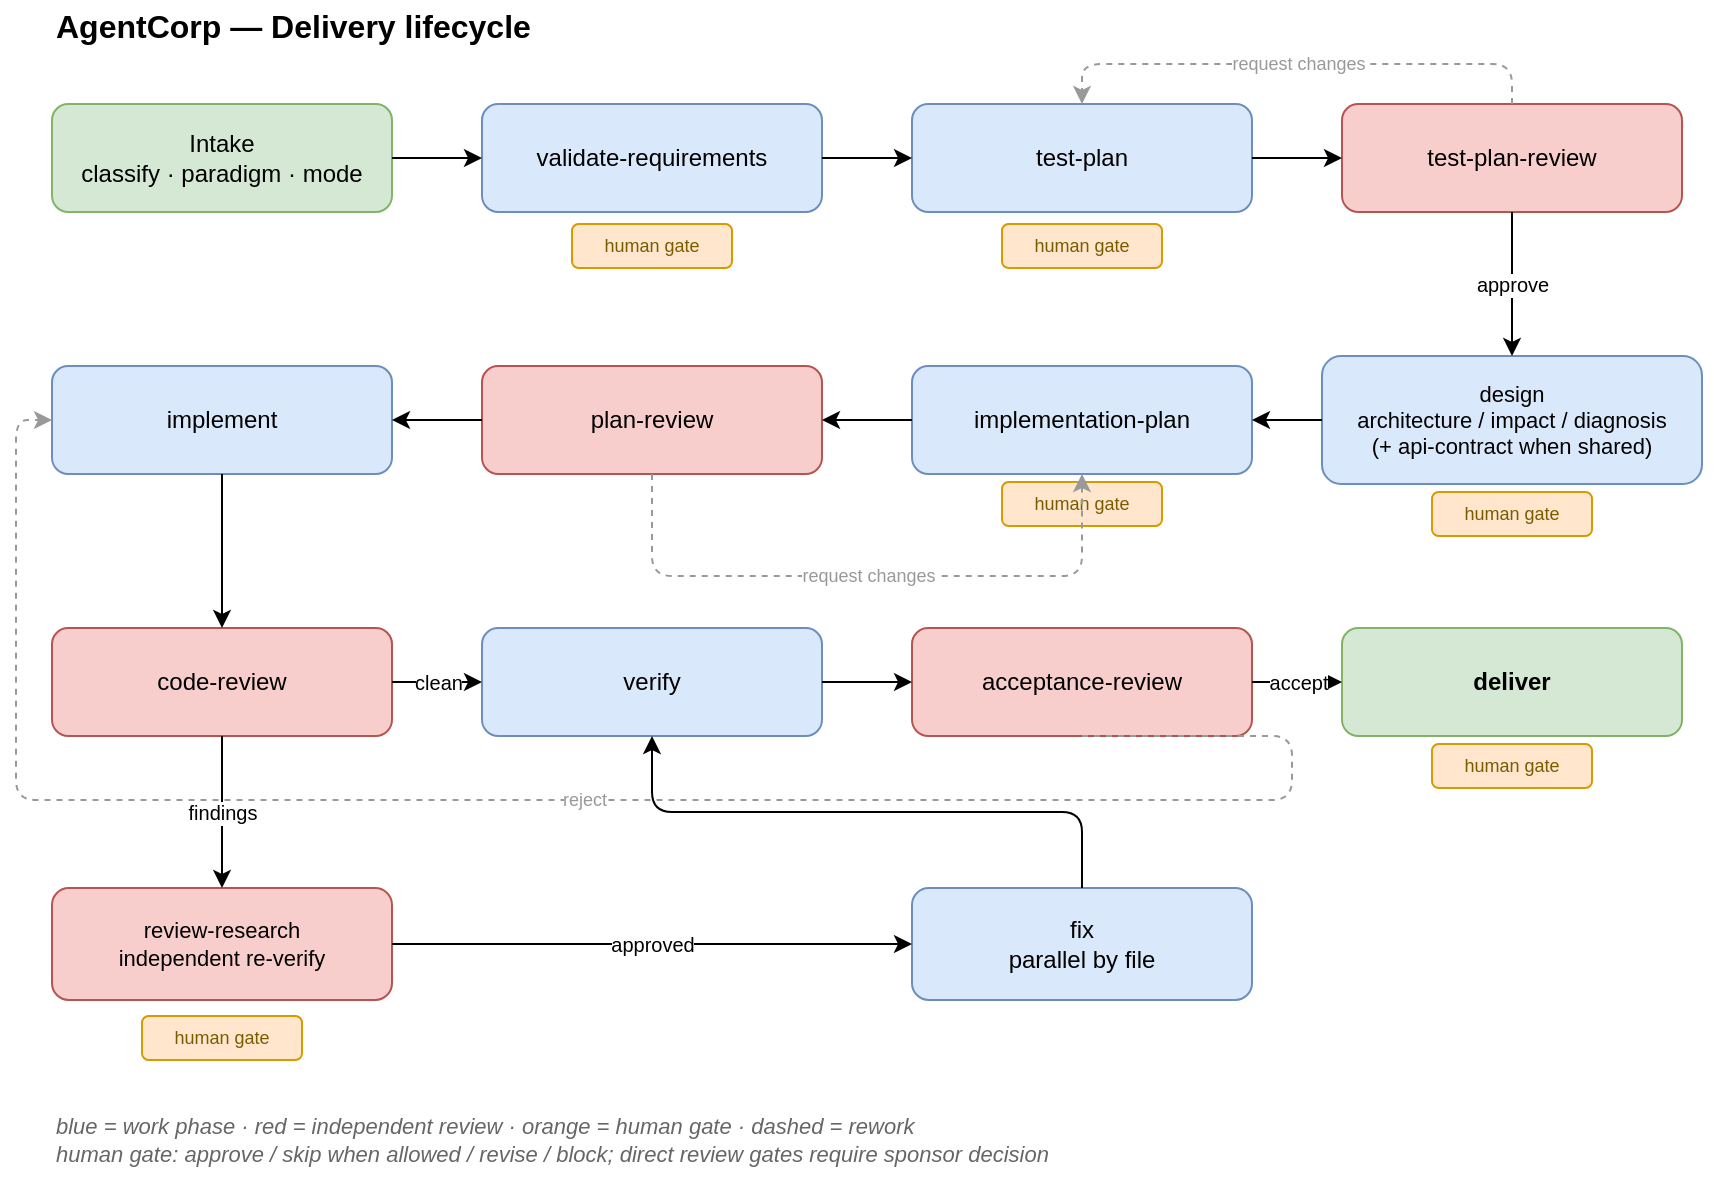
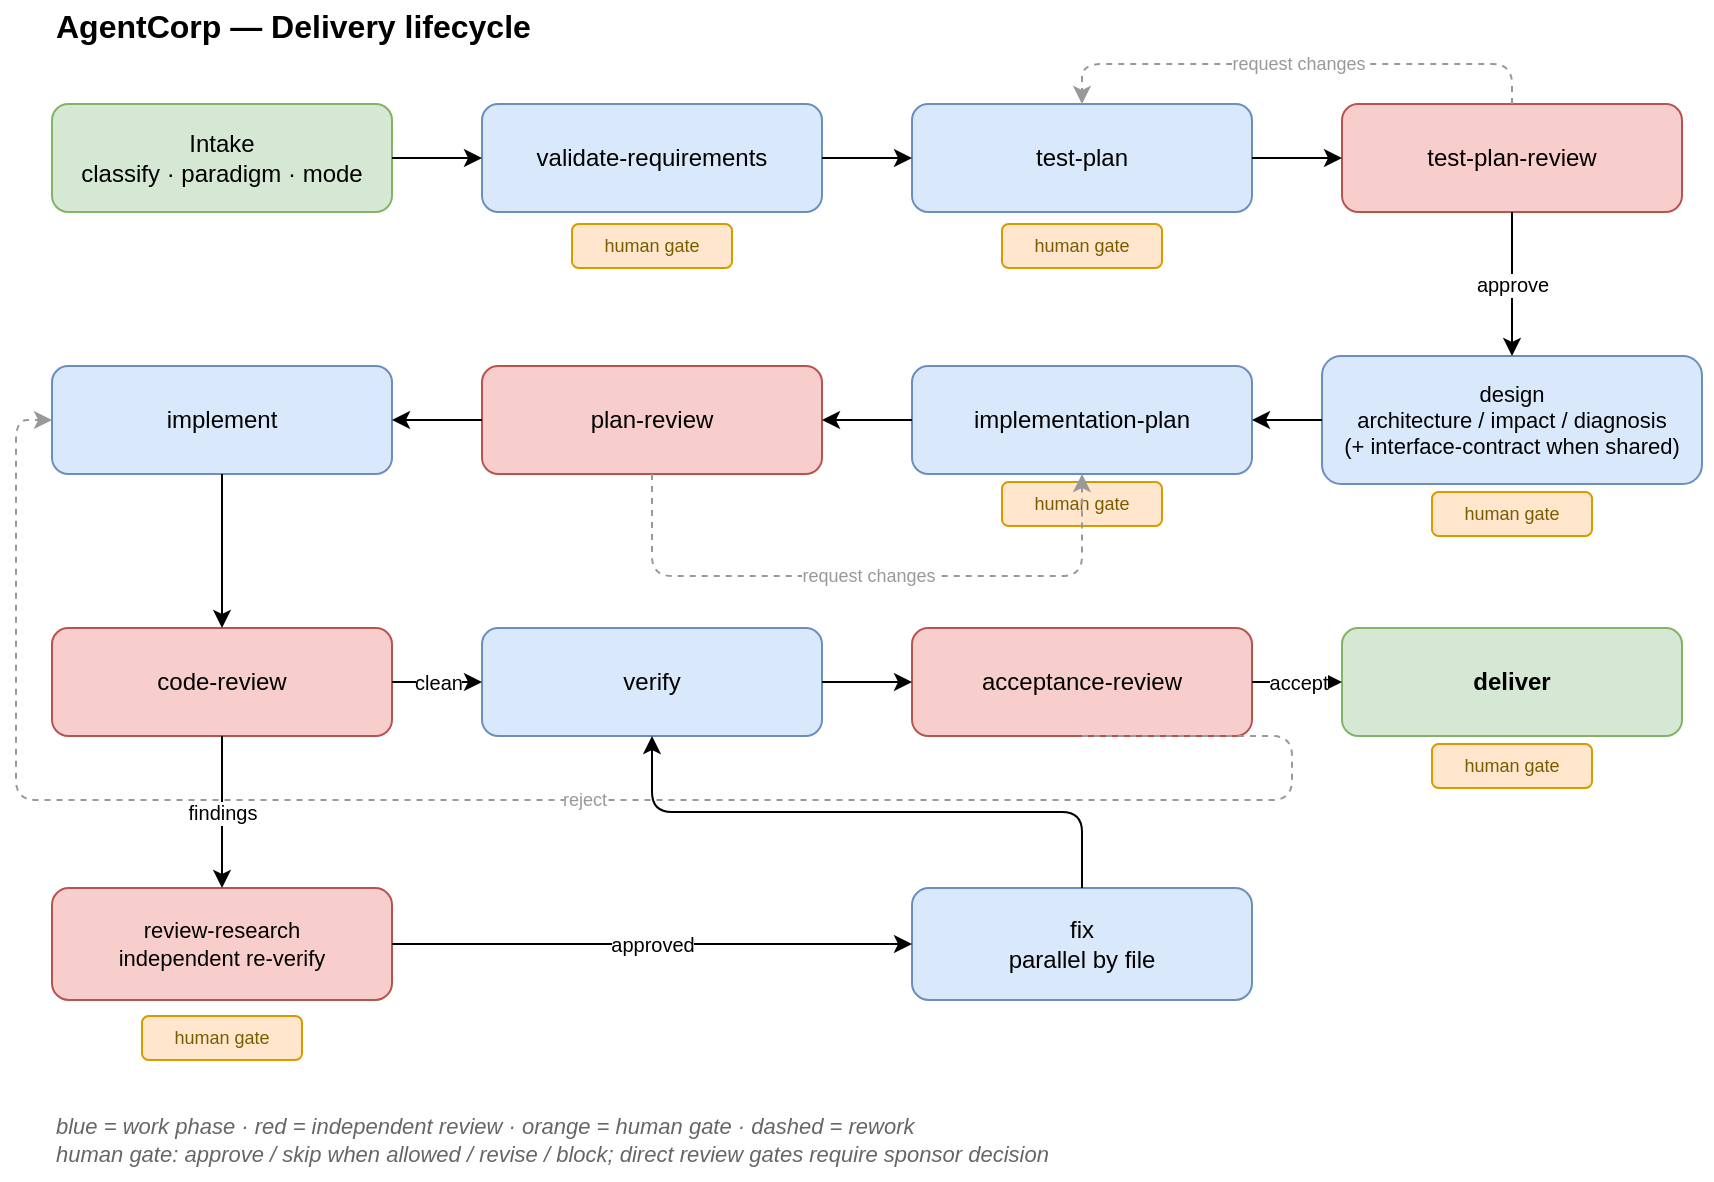
<mxGraphModel dx="900" dy="700" grid="1" gridSize="10" guides="1" tooltips="1" connect="1" arrows="1" fold="1" page="1" pageScale="1" pageWidth="900" pageHeight="610" math="0" shadow="0">
  <root>
    <mxCell id="0"/>
    <mxCell id="1" parent="0"/>
    <mxCell id="title" value="AgentCorp — Delivery lifecycle" style="text;html=1;align=left;verticalAlign=middle;fontSize=16;fontStyle=1;" vertex="1" parent="1"><mxGeometry x="40" y="12" width="500" height="26" as="geometry"/></mxCell>
    <mxCell id="intake" value="Intake&#10;classify · paradigm · mode" style="rounded=1;whiteSpace=wrap;html=1;fillColor=#d5e8d4;strokeColor=#82b366;fontSize=12;" vertex="1" parent="1"><mxGeometry x="40" y="64" width="170" height="54" as="geometry"/></mxCell>
    <mxCell id="req" value="validate-requirements" style="rounded=1;whiteSpace=wrap;html=1;fillColor=#dae8fc;strokeColor=#6c8ebf;fontSize=12;" vertex="1" parent="1"><mxGeometry x="255" y="64" width="170" height="54" as="geometry"/></mxCell>
    <mxCell id="tp" value="test-plan" style="rounded=1;whiteSpace=wrap;html=1;fillColor=#dae8fc;strokeColor=#6c8ebf;fontSize=12;" vertex="1" parent="1"><mxGeometry x="470" y="64" width="170" height="54" as="geometry"/></mxCell>
    <mxCell id="tpr" value="test-plan-review" style="rounded=1;whiteSpace=wrap;html=1;fillColor=#f8cecc;strokeColor=#b85450;fontSize=12;" vertex="1" parent="1"><mxGeometry x="685" y="64" width="170" height="54" as="geometry"/></mxCell>
-     <mxCell id="design" value="design&#10;architecture / impact / diagnosis&#10;(+ api-contract when shared)" style="rounded=1;whiteSpace=wrap;html=1;fillColor=#dae8fc;strokeColor=#6c8ebf;fontSize=11;" vertex="1" parent="1"><mxGeometry x="675" y="190" width="190" height="64" as="geometry"/></mxCell>
+     <mxCell id="design" value="design&#10;architecture / impact / diagnosis&#10;(+ interface-contract when shared)" style="rounded=1;whiteSpace=wrap;html=1;fillColor=#dae8fc;strokeColor=#6c8ebf;fontSize=11;" vertex="1" parent="1"><mxGeometry x="675" y="190" width="190" height="64" as="geometry"/></mxCell>
    <mxCell id="iplan" value="implementation-plan" style="rounded=1;whiteSpace=wrap;html=1;fillColor=#dae8fc;strokeColor=#6c8ebf;fontSize=12;" vertex="1" parent="1"><mxGeometry x="470" y="195" width="170" height="54" as="geometry"/></mxCell>
    <mxCell id="pr" value="plan-review" style="rounded=1;whiteSpace=wrap;html=1;fillColor=#f8cecc;strokeColor=#b85450;fontSize=12;" vertex="1" parent="1"><mxGeometry x="255" y="195" width="170" height="54" as="geometry"/></mxCell>
    <mxCell id="impl" value="implement" style="rounded=1;whiteSpace=wrap;html=1;fillColor=#dae8fc;strokeColor=#6c8ebf;fontSize=12;" vertex="1" parent="1"><mxGeometry x="40" y="195" width="170" height="54" as="geometry"/></mxCell>
    <mxCell id="cr" value="code-review" style="rounded=1;whiteSpace=wrap;html=1;fillColor=#f8cecc;strokeColor=#b85450;fontSize=12;" vertex="1" parent="1"><mxGeometry x="40" y="326" width="170" height="54" as="geometry"/></mxCell>
    <mxCell id="verify" value="verify" style="rounded=1;whiteSpace=wrap;html=1;fillColor=#dae8fc;strokeColor=#6c8ebf;fontSize=12;" vertex="1" parent="1"><mxGeometry x="255" y="326" width="170" height="54" as="geometry"/></mxCell>
    <mxCell id="acc" value="acceptance-review" style="rounded=1;whiteSpace=wrap;html=1;fillColor=#f8cecc;strokeColor=#b85450;fontSize=12;" vertex="1" parent="1"><mxGeometry x="470" y="326" width="170" height="54" as="geometry"/></mxCell>
    <mxCell id="deliver" value="deliver" style="rounded=1;whiteSpace=wrap;html=1;fillColor=#d5e8d4;strokeColor=#82b366;fontSize=12;fontStyle=1;" vertex="1" parent="1"><mxGeometry x="685" y="326" width="170" height="54" as="geometry"/></mxCell>
    <mxCell id="rr" value="review-research&#10;independent re-verify" style="rounded=1;whiteSpace=wrap;html=1;fillColor=#f8cecc;strokeColor=#b85450;fontSize=11;" vertex="1" parent="1"><mxGeometry x="40" y="456" width="170" height="56" as="geometry"/></mxCell>
    <mxCell id="fix" value="fix&#10;parallel by file" style="rounded=1;whiteSpace=wrap;html=1;fillColor=#dae8fc;strokeColor=#6c8ebf;fontSize=12;" vertex="1" parent="1"><mxGeometry x="470" y="456" width="170" height="56" as="geometry"/></mxCell>
    <mxCell id="hgreq" value="human gate" style="rounded=1;whiteSpace=wrap;html=1;fillColor=#ffe6cc;strokeColor=#d79b00;fontSize=9;fontColor=#7a5b00;" vertex="1" parent="1"><mxGeometry x="300" y="124" width="80" height="22" as="geometry"/></mxCell>
    <mxCell id="hgtp" value="human gate" style="rounded=1;whiteSpace=wrap;html=1;fillColor=#ffe6cc;strokeColor=#d79b00;fontSize=9;fontColor=#7a5b00;" vertex="1" parent="1"><mxGeometry x="515" y="124" width="80" height="22" as="geometry"/></mxCell>
    <mxCell id="hgdesign" value="human gate" style="rounded=1;whiteSpace=wrap;html=1;fillColor=#ffe6cc;strokeColor=#d79b00;fontSize=9;fontColor=#7a5b00;" vertex="1" parent="1"><mxGeometry x="730" y="258" width="80" height="22" as="geometry"/></mxCell>
    <mxCell id="hgiplan" value="human gate" style="rounded=1;whiteSpace=wrap;html=1;fillColor=#ffe6cc;strokeColor=#d79b00;fontSize=9;fontColor=#7a5b00;" vertex="1" parent="1"><mxGeometry x="515" y="253" width="80" height="22" as="geometry"/></mxCell>
    <mxCell id="hgdeliver" value="human gate" style="rounded=1;whiteSpace=wrap;html=1;fillColor=#ffe6cc;strokeColor=#d79b00;fontSize=9;fontColor=#7a5b00;" vertex="1" parent="1"><mxGeometry x="730" y="384" width="80" height="22" as="geometry"/></mxCell>
    <mxCell id="hgrr" value="human gate" style="rounded=1;whiteSpace=wrap;html=1;fillColor=#ffe6cc;strokeColor=#d79b00;fontSize=9;fontColor=#7a5b00;" vertex="1" parent="1"><mxGeometry x="85" y="520" width="80" height="22" as="geometry"/></mxCell>
    <mxCell id="legend" value="blue = work phase   ·   red = independent review   ·   orange = human gate   ·   dashed = rework&#10;human gate: approve / skip when allowed / revise / block; direct review gates require sponsor decision" style="text;html=1;align=left;verticalAlign=middle;fontSize=11;fontStyle=2;fontColor=#666666;" vertex="1" parent="1"><mxGeometry x="40" y="562" width="830" height="40" as="geometry"/></mxCell>
    <mxCell id="e1" style="edgeStyle=orthogonalEdgeStyle;rounded=1;html=1;endArrow=classic;exitX=1;exitY=0.5;entryX=0;entryY=0.5;" edge="1" parent="1" source="intake" target="req"><mxGeometry relative="1" as="geometry"/></mxCell>
    <mxCell id="e2" style="edgeStyle=orthogonalEdgeStyle;rounded=1;html=1;endArrow=classic;exitX=1;exitY=0.5;entryX=0;entryY=0.5;" edge="1" parent="1" source="req" target="tp"><mxGeometry relative="1" as="geometry"/></mxCell>
    <mxCell id="e3" style="edgeStyle=orthogonalEdgeStyle;rounded=1;html=1;endArrow=classic;exitX=1;exitY=0.5;entryX=0;entryY=0.5;" edge="1" parent="1" source="tp" target="tpr"><mxGeometry relative="1" as="geometry"/></mxCell>
    <mxCell id="e4" value="approve" style="edgeStyle=orthogonalEdgeStyle;rounded=1;html=1;endArrow=classic;exitX=0.5;exitY=1;entryX=0.5;entryY=0;fontSize=10;" edge="1" parent="1" source="tpr" target="design"><mxGeometry relative="1" as="geometry"/></mxCell>
    <mxCell id="e5" style="edgeStyle=orthogonalEdgeStyle;rounded=1;html=1;endArrow=classic;exitX=0;exitY=0.5;entryX=1;entryY=0.5;" edge="1" parent="1" source="design" target="iplan"><mxGeometry relative="1" as="geometry"/></mxCell>
    <mxCell id="e6" style="edgeStyle=orthogonalEdgeStyle;rounded=1;html=1;endArrow=classic;exitX=0;exitY=0.5;entryX=1;entryY=0.5;" edge="1" parent="1" source="iplan" target="pr"><mxGeometry relative="1" as="geometry"/></mxCell>
    <mxCell id="e7" style="edgeStyle=orthogonalEdgeStyle;rounded=1;html=1;endArrow=classic;exitX=0;exitY=0.5;entryX=1;entryY=0.5;" edge="1" parent="1" source="pr" target="impl"><mxGeometry relative="1" as="geometry"/></mxCell>
    <mxCell id="e8" style="edgeStyle=orthogonalEdgeStyle;rounded=1;html=1;endArrow=classic;exitX=0.5;exitY=1;entryX=0.5;entryY=0;" edge="1" parent="1" source="impl" target="cr"><mxGeometry relative="1" as="geometry"/></mxCell>
    <mxCell id="e9" value="clean" style="edgeStyle=orthogonalEdgeStyle;rounded=1;html=1;endArrow=classic;exitX=1;exitY=0.5;entryX=0;entryY=0.5;fontSize=10;" edge="1" parent="1" source="cr" target="verify"><mxGeometry relative="1" as="geometry"/></mxCell>
    <mxCell id="e10" style="edgeStyle=orthogonalEdgeStyle;rounded=1;html=1;endArrow=classic;exitX=1;exitY=0.5;entryX=0;entryY=0.5;" edge="1" parent="1" source="verify" target="acc"><mxGeometry relative="1" as="geometry"/></mxCell>
    <mxCell id="e11" value="accept" style="edgeStyle=orthogonalEdgeStyle;rounded=1;html=1;endArrow=classic;exitX=1;exitY=0.5;entryX=0;entryY=0.5;fontSize=10;" edge="1" parent="1" source="acc" target="deliver"><mxGeometry relative="1" as="geometry"/></mxCell>
    <mxCell id="e12" value="findings" style="edgeStyle=orthogonalEdgeStyle;rounded=1;html=1;endArrow=classic;exitX=0.5;exitY=1;entryX=0.5;entryY=0;fontSize=10;" edge="1" parent="1" source="cr" target="rr"><mxGeometry relative="1" as="geometry"/></mxCell>
    <mxCell id="e13" value="approved" style="edgeStyle=orthogonalEdgeStyle;rounded=1;html=1;endArrow=classic;exitX=1;exitY=0.5;entryX=0;entryY=0.5;fontSize=10;" edge="1" parent="1" source="rr" target="fix"><mxGeometry relative="1" as="geometry"/></mxCell>
    <mxCell id="e15" style="edgeStyle=orthogonalEdgeStyle;rounded=1;html=1;endArrow=classic;exitX=0.5;exitY=0;entryX=0.5;entryY=1;" edge="1" parent="1" source="fix" target="verify"><mxGeometry relative="1" as="geometry"/></mxCell>
    <mxCell id="l1" value="request changes" style="edgeStyle=orthogonalEdgeStyle;rounded=1;html=1;endArrow=classic;dashed=1;strokeColor=#999999;fontColor=#999999;exitX=0.5;exitY=0;entryX=0.5;entryY=0;fontSize=9;" edge="1" parent="1" source="tpr" target="tp"><mxGeometry relative="1" as="geometry"><Array as="points"><mxPoint x="770" y="44"/><mxPoint x="555" y="44"/></Array></mxGeometry></mxCell>
    <mxCell id="l2" value="request changes" style="edgeStyle=orthogonalEdgeStyle;rounded=1;html=1;endArrow=classic;dashed=1;strokeColor=#999999;fontColor=#999999;exitX=0.5;exitY=1;entryX=0.5;entryY=1;fontSize=9;" edge="1" parent="1" source="pr" target="iplan"><mxGeometry relative="1" as="geometry"><Array as="points"><mxPoint x="340" y="300"/><mxPoint x="555" y="300"/></Array></mxGeometry></mxCell>
    <mxCell id="l3" value="reject" style="edgeStyle=orthogonalEdgeStyle;rounded=1;html=1;endArrow=classic;dashed=1;strokeColor=#999999;fontColor=#999999;exitX=0.5;exitY=1;entryX=0;entryY=0.5;fontSize=9;" edge="1" parent="1" source="acc" target="impl"><mxGeometry relative="1" as="geometry"><Array as="points"><mxPoint x="660" y="412"/><mxPoint x="22" y="412"/><mxPoint x="22" y="222"/></Array></mxGeometry></mxCell>
  </root>
</mxGraphModel>
